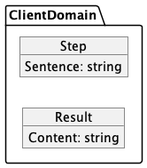
Enrikerf/pfm keeps this PlantUML diagram as thesis/part/Proyecto_ejecutivo/memoria_descriptiva/descripcionDelProyecto/control/uml/controlDomain.png. Above is the earlier version.
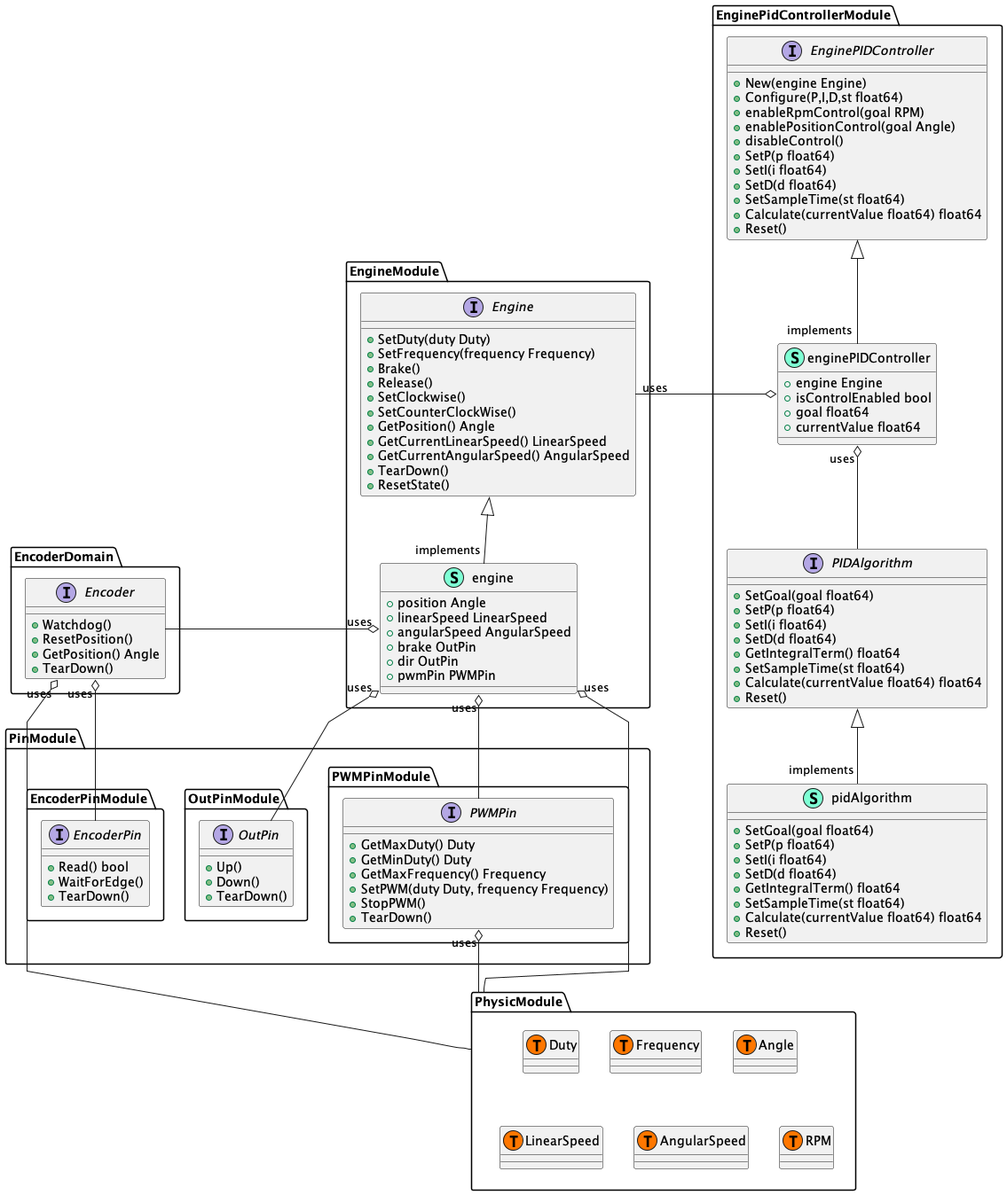
Later version of the same file.

What changed in the source:
```diff
@@ -1,23 +1,145 @@
 @startuml
 
 skinparam linetype polyline
-left to right direction
 
 
-package ClientDomain{
+namespace EngineModule {
+    interface Engine  {
+            + SetDuty(duty Duty)
+            + SetFrequency(frequency Frequency)
+            + Brake()
+            + Release()
+            + SetClockwise()
+            + SetCounterClockWise()
+            + GetPosition() Angle
+            + GetCurrentLinearSpeed() LinearSpeed
+            + GetCurrentAngularSpeed() AngularSpeed
+            + TearDown()
+            + ResetState()
+        }
 
-    object Step{
-        Sentence: string
+        class engine << (S,Aquamarine) >> {
+            + position Angle
+            + linearSpeed LinearSpeed
+            + angularSpeed AngularSpeed
+            + brake OutPin
+            + dir OutPin
+            + pwmPin PWMPin
+        }
+
+}
+"EngineModule.Engine" <|-- "implements""EngineModule.engine"
+"EngineModule.engine""uses" o- "EncoderDomain.Encoder"
+"EngineModule.engine""uses" o-- "PhysicModule"
+
+
+
+namespace EncoderDomain{
+        interface Encoder  {
+            + Watchdog()
+            + ResetPosition()
+            + GetPosition() Angle
+            + TearDown()
+        }
+}
+"EncoderDomain.Encoder""uses" o-- "PhysicModule"
+
+
+namespace PinModule {
+    namespace EncoderPinModule{
+        interface EncoderPin  {
+            + Read() bool
+            + WaitForEdge()
+            + TearDown()
+        }
+        "EncoderDomain.Encoder""uses" o-- "PinModule.EncoderPinModule.EncoderPin"
     }
+    namespace OutPinModule{
+        interface OutPin  {
+            + Up()
+            + Down()
+            + TearDown()
 
-    object Result{
-        Content: string
+        }
+        "EngineModule.engine""uses" o-- "PinModule.OutPinModule.OutPin"
     }
+    namespace PWMPinModule{
+        interface PWMPin  {
+            + GetMaxDuty() Duty
+            + GetMinDuty() Duty
+            + GetMaxFrequency() Frequency
+            + SetPWM(duty Duty, frequency Frequency)
+            + StopPWM()
+            + TearDown()
+        }
+        "EngineModule.engine""uses" o-- "PinModule.PWMPinModule.PWMPin"
 
+    }
+}
+"PinModule.PWMPinModule.PWMPin""uses" o-- "PhysicModule"
+namespace PhysicModule{
+    class PhysicModule.Duty << (T, #FF7700) >>  {
+    }
+    class PhysicModule.Frequency << (T, #FF7700) >>  {
+    }
+    class PhysicModule.Angle << (T, #FF7700) >>  {
+    }
+    class PhysicModule.LinearSpeed << (T, #FF7700) >>  {
+    }
+    class PhysicModule.AngularSpeed << (T, #FF7700) >>  {
+    }
+    class PhysicModule.RPM << (T, #FF7700) >>  {
+    }
 }
 
 
 
+namespace EnginePidControllerModule{
+    interface EnginePIDController  {
+        + New(engine Engine)
+        + Configure(P,I,D,st float64)
+        + enableRpmControl(goal RPM)
+        + enablePositionControl(goal Angle)
+        + disableControl()
+        + SetP(p float64)
+        + SetI(i float64)
+        + SetD(d float64)
+        + SetSampleTime(st float64)
+        + Calculate(currentValue float64) float64
+        + Reset()
+    }
 
+    class enginePIDController << (S,Aquamarine) >> {
+        + engine Engine
+        + isControlEnabled bool
+        + goal float64
+        + currentValue float64
+    }
+    interface PIDAlgorithm  {
+        + SetGoal(goal float64)
+        + SetP(p float64)
+        + SetI(i float64)
+        + SetD(d float64)
+        + GetIntegralTerm() float64
+        + SetSampleTime(st float64)
+        + Calculate(currentValue float64) float64
+        + Reset()
+    }
+    class pidAlgorithm << (S,Aquamarine) >> {
+        + SetGoal(goal float64)
+        + SetP(p float64)
+        + SetI(i float64)
+        + SetD(d float64)
+        + GetIntegralTerm() float64
+        + SetSampleTime(st float64)
+        + Calculate(currentValue float64) float64
+        + Reset()
+    }
+}
+
+"EnginePidControllerModule.enginePIDController" o- "uses""EngineModule.Engine"
+"EnginePidControllerModule.EnginePIDController" <|-- "implements""EnginePidControllerModule.enginePIDController"
+"EnginePidControllerModule.enginePIDController""uses" o-- "EnginePidControllerModule.PIDAlgorithm"
+"EnginePidControllerModule.PIDAlgorithm" <|-- "implements""EnginePidControllerModule.pidAlgorithm"
 
 @enduml
```
